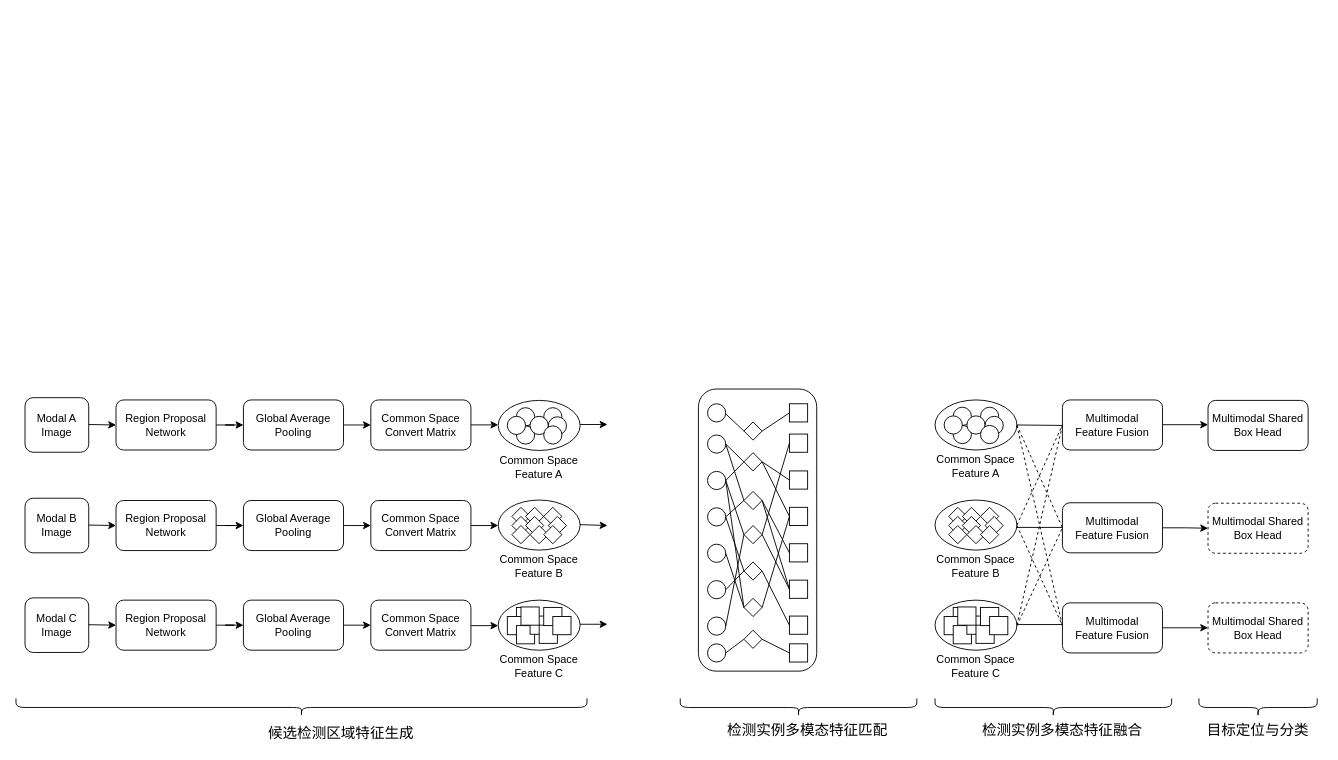
Before: 多视角多模态目标检测3模态案例.drawio in thb1314/for_draw_io, a draw.io diagram. Source tidied: cells renumbered, new cells numbered last; positions are measured from the earlier drawing's top-left corner, leaving out a move shared by most shapes. Both pictures are drawn from the tidied source at 91%, with x=0, y=0 at pixel (25, 389).
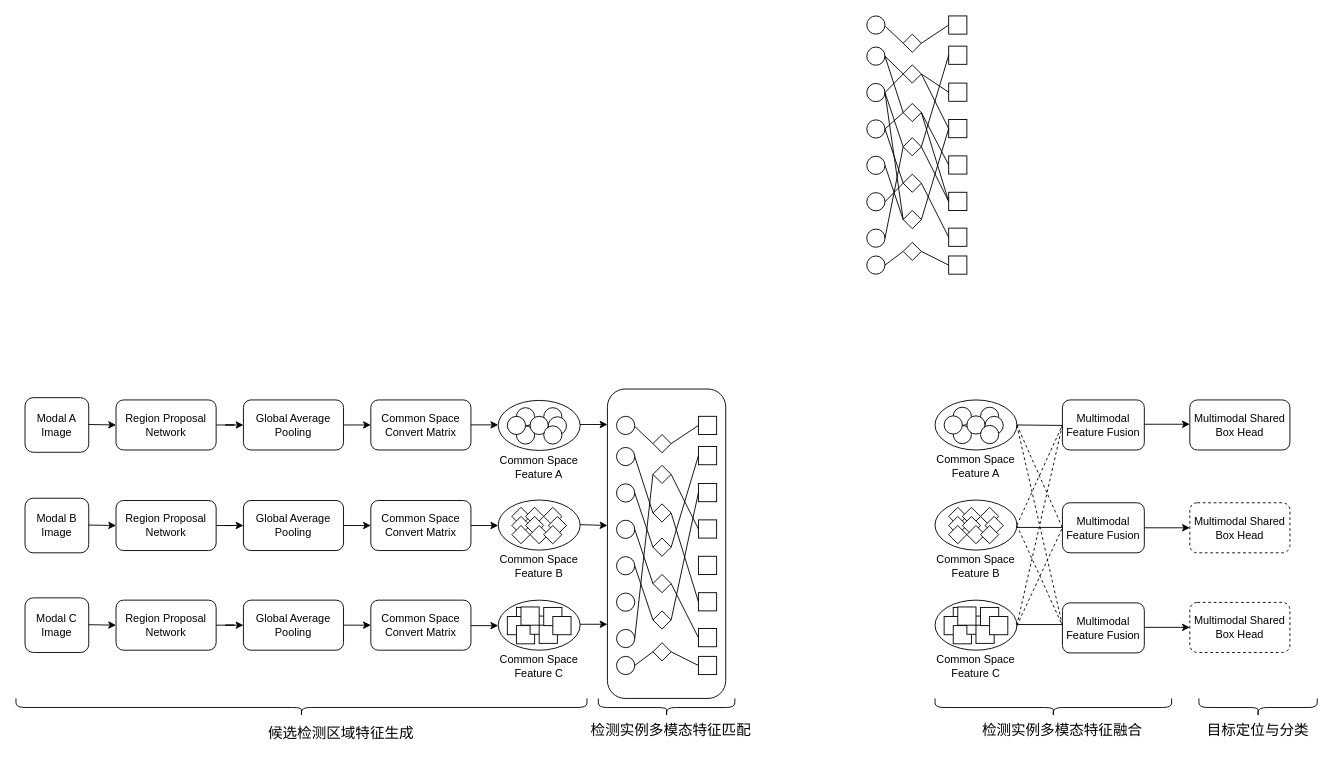
Above is the later version.

Commit message (it also covers changes not shown here):
更新多视角多模态目标检测3模态案例.drawio

Change to the diagram source:
```diff
@@
     <mxCell id="2" style="rounded=1;whiteSpace=wrap;html=1;fillColor=none;" parent="1" vertex="1">
-      <mxGeometry x="740" width="130" height="310" as="geometry" />
+      <mxGeometry x="640" width="130" height="340" as="geometry" />
     </mxCell>
@@
     <mxCell id="4" value="&lt;font style=&quot;font-size: 16px;&quot;&gt;检测实例多模态特征匹配&lt;/font&gt;" style="text;html=1;strokeColor=none;fillColor=none;align=center;verticalAlign=middle;whiteSpace=wrap;rounded=0;" parent="1" vertex="1">
-      <mxGeometry x="770" y="360" width="180" height="30" as="geometry" />
+      <mxGeometry x="620" y="360" width="180" height="30" as="geometry" />
     </mxCell>
@@
     <mxCell id="7" style="ellipse;whiteSpace=wrap;html=1;" parent="1" vertex="1">
-      <mxGeometry x="750" y="50.5" width="20" height="20" as="geometry" />
+      <mxGeometry x="925" y="-375.8" width="20" height="20" as="geometry" />
     </mxCell>
@@
     <mxCell id="48" style="ellipse;whiteSpace=wrap;html=1;" parent="1" vertex="1">
-      <mxGeometry x="750" y="90.5" width="20" height="20" as="geometry" />
+      <mxGeometry x="925" y="-335.8" width="20" height="20" as="geometry" />
     </mxCell>
     <mxCell id="49" style="ellipse;whiteSpace=wrap;html=1;" parent="1" vertex="1">
-      <mxGeometry x="750" y="130.5" width="20" height="20" as="geometry" />
+      <mxGeometry x="925" y="-295.8" width="20" height="20" as="geometry" />
     </mxCell>
     <mxCell id="50" style="ellipse;whiteSpace=wrap;html=1;" parent="1" vertex="1">
-      <mxGeometry x="750" y="170.5" width="20" height="20" as="geometry" />
+      <mxGeometry x="925" y="-255.8" width="20" height="20" as="geometry" />
     </mxCell>
     <mxCell id="51" style="ellipse;whiteSpace=wrap;html=1;" parent="1" vertex="1">
-      <mxGeometry x="750" y="210.5" width="20" height="20" as="geometry" />
+      <mxGeometry x="925" y="-215.8" width="20" height="20" as="geometry" />
     </mxCell>
     <mxCell id="52" style="ellipse;whiteSpace=wrap;html=1;" parent="1" vertex="1">
-      <mxGeometry x="750" y="250.5" width="20" height="20" as="geometry" />
+      <mxGeometry x="925" y="-175.8" width="20" height="20" as="geometry" />
     </mxCell>
     <mxCell id="53" style="rhombus;whiteSpace=wrap;html=1;" parent="1" vertex="1">
-      <mxGeometry x="790" y="70" width="20" height="20" as="geometry" />
+      <mxGeometry x="965" y="-356.2" width="20" height="20" as="geometry" />
     </mxCell>
     <mxCell id="54" style="rhombus;whiteSpace=wrap;html=1;" parent="1" vertex="1">
-      <mxGeometry x="790" y="112.5" width="20" height="20" as="geometry" />
+      <mxGeometry x="965" y="-313.8" width="20" height="20" as="geometry" />
     </mxCell>
     <mxCell id="55" style="rhombus;whiteSpace=wrap;html=1;" parent="1" vertex="1">
-      <mxGeometry x="790" y="150" width="20" height="20" as="geometry" />
+      <mxGeometry x="965" y="-276.2" width="20" height="20" as="geometry" />
     </mxCell>
     <mxCell id="56" style="rhombus;whiteSpace=wrap;html=1;" parent="1" vertex="1">
-      <mxGeometry x="790" y="190" width="20" height="20" as="geometry" />
+      <mxGeometry x="965" y="-236.2" width="20" height="20" as="geometry" />
     </mxCell>
     <mxCell id="57" style="rhombus;whiteSpace=wrap;html=1;" parent="1" vertex="1">
-      <mxGeometry x="790" y="230" width="20" height="20" as="geometry" />
+      <mxGeometry x="965" y="-196.2" width="20" height="20" as="geometry" />
     </mxCell>
     <mxCell id="58" style="whiteSpace=wrap;html=1;" parent="1" vertex="1">
-      <mxGeometry x="840" y="49.5" width="20" height="20" as="geometry" />
+      <mxGeometry x="1015" y="-376.8" width="20" height="20" as="geometry" />
     </mxCell>
     <mxCell id="59" style="whiteSpace=wrap;html=1;" parent="1" vertex="1">
-      <mxGeometry x="840" y="90" width="20" height="20" as="geometry" />
+      <mxGeometry x="1015" y="-336.2" width="20" height="20" as="geometry" />
     </mxCell>
     <mxCell id="60" style="whiteSpace=wrap;html=1;" parent="1" vertex="1">
-      <mxGeometry x="840" y="130" width="20" height="20" as="geometry" />
+      <mxGeometry x="1015" y="-296.2" width="20" height="20" as="geometry" />
     </mxCell>
     <mxCell id="61" style="whiteSpace=wrap;html=1;" parent="1" vertex="1">
-      <mxGeometry x="840" y="170" width="20" height="20" as="geometry" />
+      <mxGeometry x="1015" y="-256.2" width="20" height="20" as="geometry" />
     </mxCell>
     <mxCell id="62" style="whiteSpace=wrap;html=1;" parent="1" vertex="1">
-      <mxGeometry x="840" y="210" width="20" height="20" as="geometry" />
+      <mxGeometry x="1015" y="-216.2" width="20" height="20" as="geometry" />
     </mxCell>
     <mxCell id="63" style="whiteSpace=wrap;html=1;" parent="1" vertex="1">
-      <mxGeometry x="840" y="249.5" width="20" height="20" as="geometry" />
+      <mxGeometry x="1015" y="-176.8" width="20" height="20" as="geometry" />
     </mxCell>
@@
     <mxCell id="69" style="endArrow=none;html=1;rounded=0;exitX=1;exitY=0.5;exitDx=0;exitDy=0;" parent="1" edge="1" source="51">
       <mxGeometry relative="1" as="geometry">
-        <mxPoint x="790" y="200" as="targetPoint" />
+        <mxPoint x="965" y="-226.2" as="targetPoint" />
       </mxGeometry>
     </mxCell>
@@
     <mxCell id="73" style="endArrow=none;html=1;rounded=0;exitX=1;exitY=0.5;exitDx=0;exitDy=0;entryX=0;entryY=0.5;entryDx=0;entryDy=0;" parent="1" edge="1" target="59">
       <mxGeometry relative="1" as="geometry">
-        <mxPoint x="810" y="80" as="sourcePoint" />
+        <mxPoint x="985" y="-346.2" as="sourcePoint" />
       </mxGeometry>
     </mxCell>
@@
     <mxCell id="78" style="endArrow=none;html=1;rounded=0;exitX=1;exitY=0.5;exitDx=0;exitDy=0;entryX=0;entryY=0.5;entryDx=0;entryDy=0;" parent="1" edge="1" target="62">
       <mxGeometry relative="1" as="geometry">
-        <mxPoint x="810" y="160" as="sourcePoint" />
+        <mxPoint x="985" y="-266.2" as="sourcePoint" />
       </mxGeometry>
     </mxCell>
@@
     <mxCell id="80" style="endArrow=none;html=1;rounded=0;exitX=1;exitY=0.5;exitDx=0;exitDy=0;entryX=0;entryY=0.5;entryDx=0;entryDy=0;" parent="1" edge="1" target="62">
       <mxGeometry relative="1" as="geometry">
-        <mxPoint x="810" y="122.5" as="sourcePoint" />
+        <mxPoint x="985" y="-303.8" as="sourcePoint" />
       </mxGeometry>
     </mxCell>
     <mxCell id="81" value="Multimodal Shared Box&amp;nbsp;Head" style="rounded=1;whiteSpace=wrap;html=1;dashed=1;" parent="1" vertex="1">
-      <mxGeometry x="1300" y="125.5" width="110" height="55" as="geometry" />
+      <mxGeometry x="1280" y="125" width="110" height="55" as="geometry" />
     </mxCell>
     <mxCell id="82" value="Multimodal Shared Box&amp;nbsp;Head" style="rounded=1;whiteSpace=wrap;html=1;" parent="1" vertex="1">
-      <mxGeometry x="1300" y="12.5" width="110" height="55" as="geometry" />
+      <mxGeometry x="1280" y="12" width="110" height="55" as="geometry" />
     </mxCell>
     <mxCell id="83" value="Multimodal Shared Box&amp;nbsp;Head" style="rounded=1;whiteSpace=wrap;html=1;dashed=1;" parent="1" vertex="1">
-      <mxGeometry x="1300" y="235" width="110" height="55" as="geometry" />
+      <mxGeometry x="1280" y="234.5" width="110" height="55" as="geometry" />
     </mxCell>
@@
     <mxCell id="115" value="Multimodal&lt;br style=&quot;border-color: var(--border-color);&quot;&gt;Feature Fusion" style="rounded=1;whiteSpace=wrap;html=1;" parent="1" vertex="1">
-      <mxGeometry x="1140" y="12" width="110" height="55" as="geometry" />
+      <mxGeometry x="1140" y="12" width="90" height="55" as="geometry" />
     </mxCell>
@@
     <mxCell id="120" value="Multimodal&lt;br style=&quot;border-color: var(--border-color);&quot;&gt;Feature Fusion" style="rounded=1;whiteSpace=wrap;html=1;" parent="1" vertex="1">
-      <mxGeometry x="1140" y="125" width="110" height="55" as="geometry" />
+      <mxGeometry x="1140" y="125" width="90" height="55" as="geometry" />
     </mxCell>
     <mxCell id="121" value="Multimodal&lt;br style=&quot;border-color: var(--border-color);&quot;&gt;Feature Fusion" style="rounded=1;whiteSpace=wrap;html=1;" parent="1" vertex="1">
-      <mxGeometry x="1140" y="235" width="110" height="55" as="geometry" />
+      <mxGeometry x="1140" y="235" width="90" height="55" as="geometry" />
     </mxCell>
@@
     <mxCell id="128" style="edgeStyle=orthogonalEdgeStyle;rounded=0;orthogonalLoop=1;jettySize=auto;html=1;exitX=1;exitY=0.5;exitDx=0;exitDy=0;" parent="1" edge="1">
       <mxGeometry relative="1" as="geometry">
-        <mxPoint x="1250" y="262.4" as="sourcePoint" />
-        <mxPoint x="1300" y="262.4" as="targetPoint" />
+        <mxPoint x="1230" y="261.9" as="sourcePoint" />
+        <mxPoint x="1280" y="261.9" as="targetPoint" />
       </mxGeometry>
     </mxCell>
     <mxCell id="129" style="edgeStyle=orthogonalEdgeStyle;rounded=0;orthogonalLoop=1;jettySize=auto;html=1;exitX=1;exitY=0.5;exitDx=0;exitDy=0;" parent="1" edge="1">
       <mxGeometry relative="1" as="geometry">
-        <mxPoint x="1250" y="39.2" as="sourcePoint" />
-        <mxPoint x="1300" y="39.2" as="targetPoint" />
+        <mxPoint x="1230" y="38.7" as="sourcePoint" />
+        <mxPoint x="1280" y="38.7" as="targetPoint" />
       </mxGeometry>
     </mxCell>
@@
     <mxCell id="131" style="shape=curlyBracket;whiteSpace=wrap;html=1;rounded=1;flipH=1;labelPosition=right;verticalLabelPosition=middle;align=left;verticalAlign=middle;rotation=90;" parent="1" vertex="1">
-      <mxGeometry x="840" y="220" width="20" height="260" as="geometry" />
+      <mxGeometry x="695" y="275" width="20" height="150" as="geometry" />
     </mxCell>
@@
     <mxCell id="151" style="rhombus;whiteSpace=wrap;html=1;" parent="1" vertex="1">
-      <mxGeometry x="790" y="36.2" width="20" height="20" as="geometry" />
+      <mxGeometry x="965" y="-390" width="20" height="20" as="geometry" />
     </mxCell>
     <mxCell id="152" style="rhombus;whiteSpace=wrap;html=1;" parent="1" vertex="1">
-      <mxGeometry x="790" y="265" width="20" height="20" as="geometry" />
+      <mxGeometry x="965" y="-161.2" width="20" height="20" as="geometry" />
     </mxCell>
     <mxCell id="153" style="ellipse;whiteSpace=wrap;html=1;" parent="1" vertex="1">
-      <mxGeometry x="750" y="16.2" width="20" height="20" as="geometry" />
+      <mxGeometry x="925" y="-410" width="20" height="20" as="geometry" />
     </mxCell>
     <mxCell id="154" style="whiteSpace=wrap;html=1;" parent="1" vertex="1">
-      <mxGeometry x="840" y="16.2" width="20" height="20" as="geometry" />
+      <mxGeometry x="1015" y="-410" width="20" height="20" as="geometry" />
     </mxCell>
     <mxCell id="155" style="ellipse;whiteSpace=wrap;html=1;" parent="1" vertex="1">
-      <mxGeometry x="750" y="280" width="20" height="20" as="geometry" />
+      <mxGeometry x="925" y="-146.2" width="20" height="20" as="geometry" />
     </mxCell>
     <mxCell id="156" style="whiteSpace=wrap;html=1;" parent="1" vertex="1">
-      <mxGeometry x="840" y="280" width="20" height="20" as="geometry" />
+      <mxGeometry x="1015" y="-146.2" width="20" height="20" as="geometry" />
     </mxCell>
@@
+    <mxCell id="161" style="ellipse;whiteSpace=wrap;html=1;" parent="1" vertex="1">
+      <mxGeometry x="650" y="64.2" width="20" height="20" as="geometry" />
+    </mxCell>
+    <mxCell id="162" style="ellipse;whiteSpace=wrap;html=1;" parent="1" vertex="1">
+      <mxGeometry x="650" y="104.2" width="20" height="20" as="geometry" />
+    </mxCell>
+    <mxCell id="163" style="ellipse;whiteSpace=wrap;html=1;" parent="1" vertex="1">
+      <mxGeometry x="650" y="144.2" width="20" height="20" as="geometry" />
+    </mxCell>
+    <mxCell id="164" style="ellipse;whiteSpace=wrap;html=1;" parent="1" vertex="1">
+      <mxGeometry x="650" y="184.2" width="20" height="20" as="geometry" />
+    </mxCell>
+    <mxCell id="165" style="ellipse;whiteSpace=wrap;html=1;" parent="1" vertex="1">
+      <mxGeometry x="650" y="224.2" width="20" height="20" as="geometry" />
+    </mxCell>
+    <mxCell id="166" style="ellipse;whiteSpace=wrap;html=1;" parent="1" vertex="1">
+      <mxGeometry x="650" y="264.2" width="20" height="20" as="geometry" />
+    </mxCell>
+    <mxCell id="167" style="rhombus;whiteSpace=wrap;html=1;" parent="1" vertex="1">
+      <mxGeometry x="690" y="83.8" width="20" height="20" as="geometry" />
+    </mxCell>
+    <mxCell id="168" style="rhombus;whiteSpace=wrap;html=1;" parent="1" vertex="1">
+      <mxGeometry x="690" y="126.2" width="20" height="20" as="geometry" />
+    </mxCell>
+    <mxCell id="169" style="rhombus;whiteSpace=wrap;html=1;" parent="1" vertex="1">
+      <mxGeometry x="690" y="163.8" width="20" height="20" as="geometry" />
+    </mxCell>
+    <mxCell id="170" style="rhombus;whiteSpace=wrap;html=1;" parent="1" vertex="1">
+      <mxGeometry x="690" y="203.8" width="20" height="20" as="geometry" />
+    </mxCell>
+    <mxCell id="171" style="rhombus;whiteSpace=wrap;html=1;" parent="1" vertex="1">
+      <mxGeometry x="690" y="243.8" width="20" height="20" as="geometry" />
+    </mxCell>
+    <mxCell id="172" style="whiteSpace=wrap;html=1;" parent="1" vertex="1">
+      <mxGeometry x="740" y="63.2" width="20" height="20" as="geometry" />
+    </mxCell>
+    <mxCell id="173" style="whiteSpace=wrap;html=1;" parent="1" vertex="1">
+      <mxGeometry x="740" y="103.8" width="20" height="20" as="geometry" />
+    </mxCell>
+    <mxCell id="174" style="whiteSpace=wrap;html=1;" parent="1" vertex="1">
+      <mxGeometry x="740" y="143.8" width="20" height="20" as="geometry" />
+    </mxCell>
+    <mxCell id="175" style="whiteSpace=wrap;html=1;" parent="1" vertex="1">
+      <mxGeometry x="740" y="183.8" width="20" height="20" as="geometry" />
+    </mxCell>
+    <mxCell id="176" style="whiteSpace=wrap;html=1;" parent="1" vertex="1">
+      <mxGeometry x="740" y="223.8" width="20" height="20" as="geometry" />
+    </mxCell>
+    <mxCell id="177" style="whiteSpace=wrap;html=1;" parent="1" vertex="1">
+      <mxGeometry x="740" y="263.2" width="20" height="20" as="geometry" />
+    </mxCell>
+    <mxCell id="178" style="endArrow=none;html=1;rounded=0;exitX=1;exitY=0.5;exitDx=0;exitDy=0;entryX=0;entryY=0.5;entryDx=0;entryDy=0;" parent="1" edge="1" source="161" target="168">
+      <mxGeometry relative="1" as="geometry" />
+    </mxCell>
+    <mxCell id="179" style="endArrow=none;html=1;rounded=0;exitX=1;exitY=0.5;exitDx=0;exitDy=0;entryX=0;entryY=0.5;entryDx=0;entryDy=0;" parent="1" edge="1" source="162" target="169">
+      <mxGeometry relative="1" as="geometry" />
+    </mxCell>
+    <mxCell id="180" style="endArrow=none;html=1;rounded=0;exitX=1;exitY=0.5;exitDx=0;exitDy=0;entryX=0;entryY=0.5;entryDx=0;entryDy=0;" parent="1" edge="1" source="163" target="170">
+      <mxGeometry relative="1" as="geometry" />
+    </mxCell>
+    <mxCell id="181" style="endArrow=none;html=1;rounded=0;exitX=1;exitY=0.5;exitDx=0;exitDy=0;entryX=0;entryY=0.5;entryDx=0;entryDy=0;" parent="1" edge="1" source="166" target="167">
+      <mxGeometry relative="1" as="geometry" />
+    </mxCell>
+    <mxCell id="182" style="endArrow=none;html=1;rounded=0;exitX=1;exitY=0.5;exitDx=0;exitDy=0;entryX=0;entryY=0.5;entryDx=0;entryDy=0;" parent="1" edge="1" source="164" target="171">
+      <mxGeometry relative="1" as="geometry" />
+    </mxCell>
+    <mxCell id="183" style="endArrow=none;html=1;rounded=0;entryX=0;entryY=0.5;entryDx=0;entryDy=0;exitX=1;exitY=0.5;exitDx=0;exitDy=0;" parent="1" edge="1" source="169" target="172">
+      <mxGeometry relative="1" as="geometry" />
+    </mxCell>
+    <mxCell id="184" style="endArrow=none;html=1;rounded=0;entryX=0;entryY=0.5;entryDx=0;entryDy=0;exitX=1;exitY=0.5;exitDx=0;exitDy=0;" parent="1" edge="1" source="171" target="173">
+      <mxGeometry relative="1" as="geometry" />
+    </mxCell>
+    <mxCell id="185" style="endArrow=none;html=1;rounded=0;entryX=0;entryY=0.5;entryDx=0;entryDy=0;exitX=1;exitY=0.5;exitDx=0;exitDy=0;" parent="1" edge="1" source="170" target="177">
+      <mxGeometry relative="1" as="geometry" />
+    </mxCell>
+    <mxCell id="186" style="endArrow=none;html=1;rounded=0;exitX=1;exitY=0.5;exitDx=0;exitDy=0;entryX=0;entryY=0.5;entryDx=0;entryDy=0;" parent="1" edge="1" source="167" target="174">
+      <mxGeometry relative="1" as="geometry" />
+    </mxCell>
+    <mxCell id="187" style="endArrow=none;html=1;rounded=0;exitX=1;exitY=0.5;exitDx=0;exitDy=0;entryX=0;entryY=0.5;entryDx=0;entryDy=0;" parent="1" edge="1" target="176">
+      <mxGeometry relative="1" as="geometry">
+        <mxPoint x="710" y="136.2" as="sourcePoint" />
+      </mxGeometry>
+    </mxCell>
+    <mxCell id="188" style="rhombus;whiteSpace=wrap;html=1;" parent="1" vertex="1">
+      <mxGeometry x="690" y="50" width="20" height="20" as="geometry" />
+    </mxCell>
+    <mxCell id="189" style="rhombus;whiteSpace=wrap;html=1;" parent="1" vertex="1">
+      <mxGeometry x="690" y="278.8" width="20" height="20" as="geometry" />
+    </mxCell>
+    <mxCell id="190" style="ellipse;whiteSpace=wrap;html=1;" parent="1" vertex="1">
+      <mxGeometry x="650" y="30" width="20" height="20" as="geometry" />
+    </mxCell>
+    <mxCell id="191" style="whiteSpace=wrap;html=1;" parent="1" vertex="1">
+      <mxGeometry x="740" y="30" width="20" height="20" as="geometry" />
+    </mxCell>
+    <mxCell id="192" style="ellipse;whiteSpace=wrap;html=1;" parent="1" vertex="1">
+      <mxGeometry x="650" y="293.8" width="20" height="20" as="geometry" />
+    </mxCell>
+    <mxCell id="193" style="whiteSpace=wrap;html=1;" parent="1" vertex="1">
+      <mxGeometry x="740" y="293.8" width="20" height="20" as="geometry" />
+    </mxCell>
+    <mxCell id="194" style="endArrow=none;html=1;rounded=0;exitX=1;exitY=0.5;exitDx=0;exitDy=0;entryX=0;entryY=0.5;entryDx=0;entryDy=0;" parent="1" edge="1" source="192" target="189">
+      <mxGeometry relative="1" as="geometry" />
+    </mxCell>
+    <mxCell id="195" style="endArrow=none;html=1;rounded=0;exitX=1;exitY=0.5;exitDx=0;exitDy=0;entryX=0;entryY=0.5;entryDx=0;entryDy=0;" parent="1" edge="1" source="189" target="193">
+      <mxGeometry relative="1" as="geometry" />
+    </mxCell>
+    <mxCell id="196" style="endArrow=none;html=1;rounded=0;exitX=1.017;exitY=0.572;exitDx=0;exitDy=0;entryX=0;entryY=0.5;entryDx=0;entryDy=0;exitPerimeter=0;" parent="1" edge="1" source="190" target="188">
+      <mxGeometry relative="1" as="geometry" />
+    </mxCell>
+    <mxCell id="197" style="endArrow=none;html=1;rounded=0;exitX=1;exitY=0.5;exitDx=0;exitDy=0;entryX=0;entryY=0.5;entryDx=0;entryDy=0;" parent="1" edge="1" source="188" target="191">
+      <mxGeometry relative="1" as="geometry" />
+    </mxCell>
```
